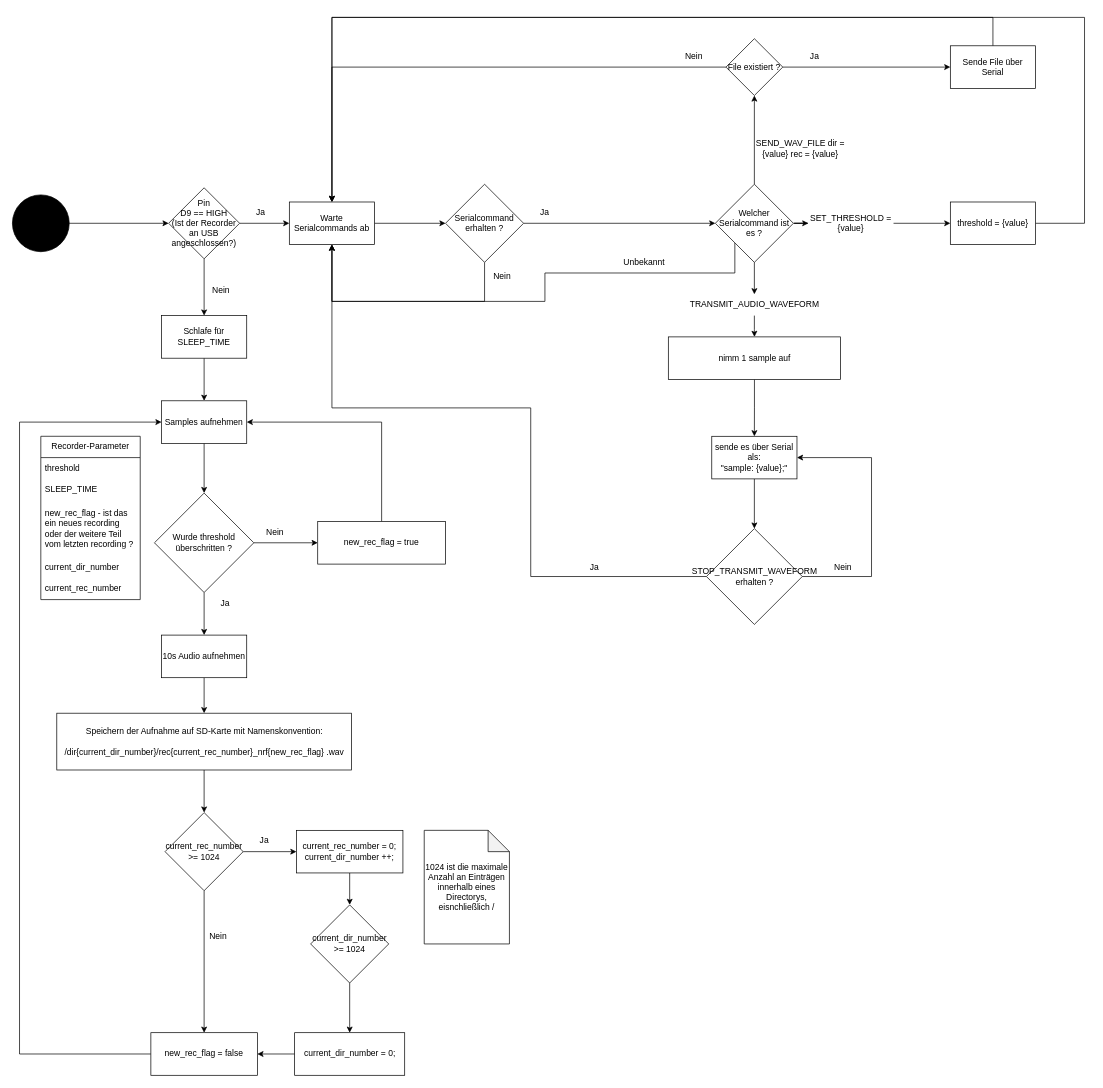
Before: Architektur.drawio in alezgutmann/morallyquestionable, a draw.io diagram. Source tidied: cells renumbered, new cells numbered last; positions are measured from the earlier drawing's top-left corner, leaving out a move shared by most shapes. Both pictures are drawn from the tidied source at 71%, with x=0, y=0 at pixel (12, 17).
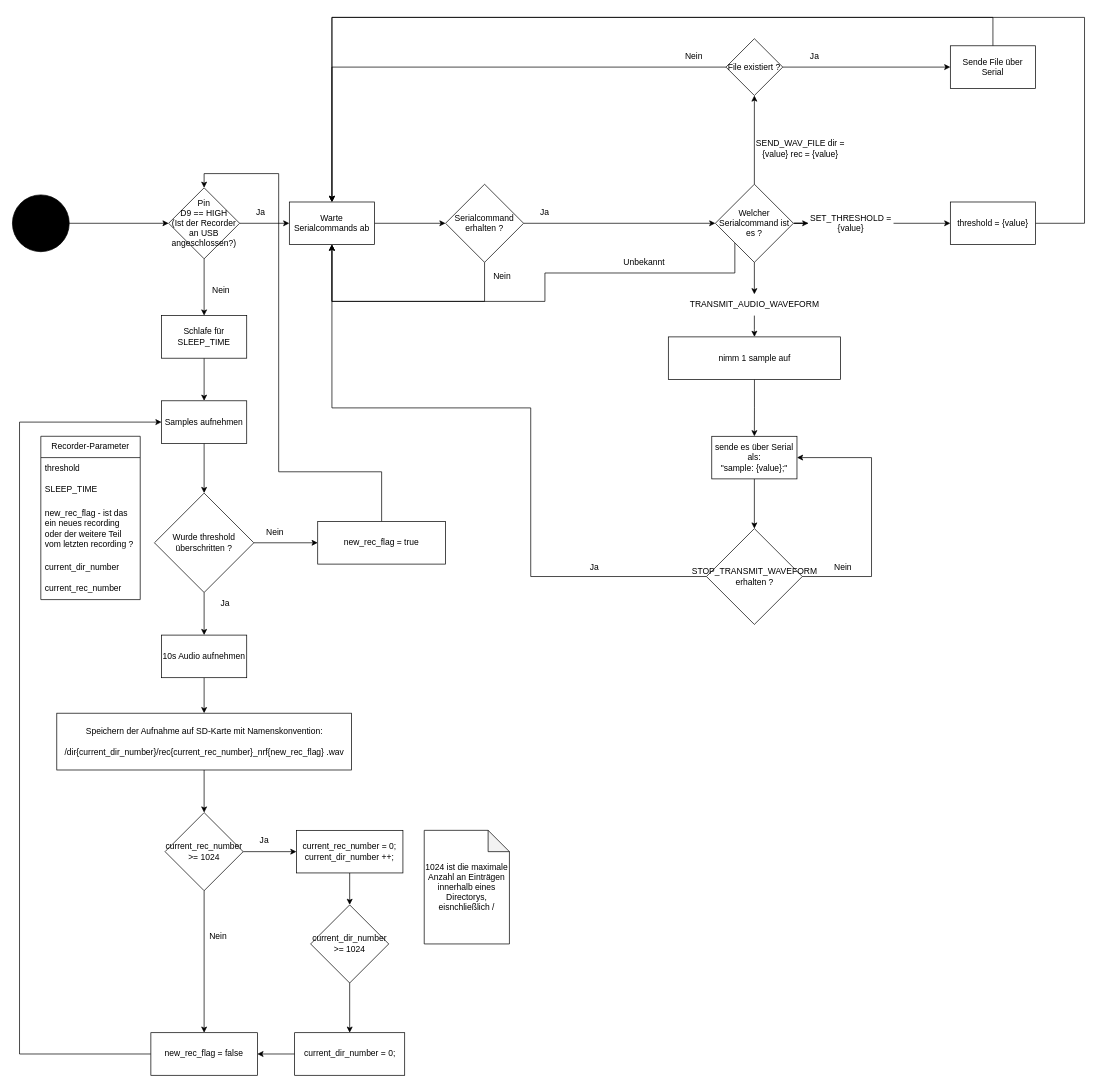
Above is the later version.

Commit message (it also covers changes not shown here):
add webserver-interface on esp32

The change refers to these unchanged cells:
```xml
<mxCell id="6" value="Pin&lt;div&gt;D9 == HIGH&lt;/div&gt;&lt;div&gt;(Ist der Recorder an USB angeschlossen?)&lt;/div&gt;" style="rhombus;whiteSpace=wrap;html=1;" parent="1" vertex="1">
  <mxGeometry x="220" y="240" width="100" height="100" as="geometry" />
</mxCell>
<mxCell id="26" value="Samples aufnehmen" style="whiteSpace=wrap;html=1;" parent="1" vertex="1">
  <mxGeometry x="210" y="540" width="120" height="60" as="geometry" />
</mxCell>
<mxCell id="28" value="new_rec_flag = true" style="whiteSpace=wrap;html=1;" parent="1" vertex="1">
  <mxGeometry x="430" y="710" width="180" height="60" as="geometry" />
</mxCell>
```

The edit, as a diff of the source:
```diff
@@
-    <mxCell id="27" style="edgeStyle=orthogonalEdgeStyle;rounded=0;jettySize=auto;html=1;entryX=1;entryY=0.5;entryDx=0;entryDy=0;exitX=0.5;exitY=0;exitDx=0;exitDy=0;" parent="1" edge="1" source="28" target="26">
-      <mxGeometry relative="1" as="geometry">
-        <Array as="points">
-          <mxPoint x="520" y="570" />
-        </Array>
-      </mxGeometry>
-    </mxCell>
+    <mxCell id="80" style="edgeStyle=orthogonalEdgeStyle;rounded=0;jettySize=auto;html=1;entryX=0.5;entryY=0;entryDx=0;entryDy=0;" parent="1" edge="1" source="28" target="6">
+      <mxGeometry relative="1" as="geometry">
+        <Array as="points">
+          <mxPoint x="520" y="640" />
+          <mxPoint x="375" y="640" />
+          <mxPoint x="375" y="220" />
+          <mxPoint x="270" y="220" />
+        </Array>
+      </mxGeometry>
+    </mxCell>
```
